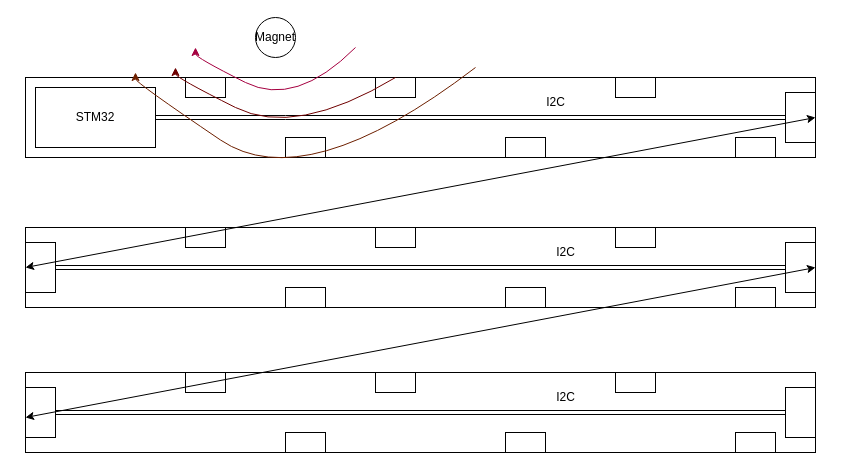
megavad/Diagrams keeps this draw.io diagram as page "Positioning MVP" (2 of 2) of stallboy.drawio. Above is the earlier version. Source tidied: cells renumbered, new cells numbered last; positions are measured from the earlier drawing's top-left corner, leaving out a move shared by most shapes. Both pictures are drawn from the tidied source at 100%, with x=0, y=0 at pixel (25, 17).
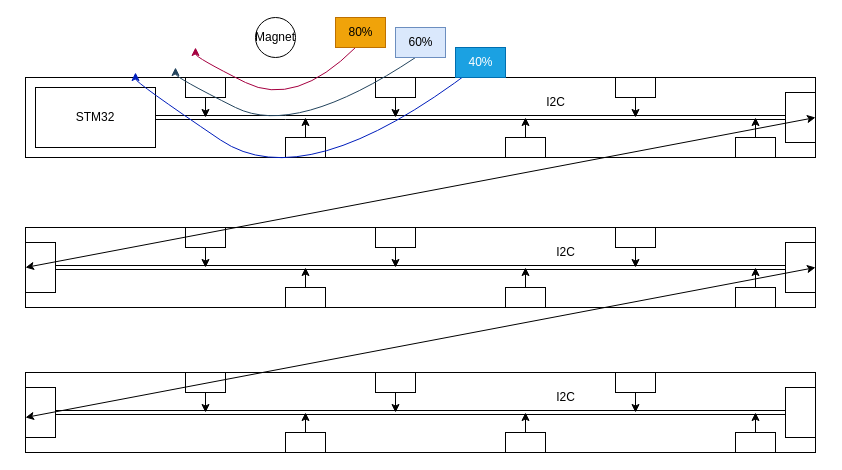
The same diagram, later.

Unchanged cells that the change refers to:
```xml
<mxCell id="4" style="rounded=0;whiteSpace=wrap;html=1;" parent="1" vertex="1">
  <mxGeometry x="160" y="60" width="40" height="20" as="geometry" />
</mxCell>
<mxCell id="5" style="rounded=0;whiteSpace=wrap;html=1;" parent="1" vertex="1">
  <mxGeometry x="260" y="120" width="40" height="20" as="geometry" />
</mxCell>
<mxCell id="6" style="rounded=0;whiteSpace=wrap;html=1;" parent="1" vertex="1">
  <mxGeometry x="350" y="60" width="40" height="20" as="geometry" />
</mxCell>
<mxCell id="7" style="rounded=0;whiteSpace=wrap;html=1;" parent="1" vertex="1">
  <mxGeometry x="480" y="120" width="40" height="20" as="geometry" />
</mxCell>
<mxCell id="8" style="rounded=0;whiteSpace=wrap;html=1;" parent="1" vertex="1">
  <mxGeometry x="590" y="60" width="40" height="20" as="geometry" />
</mxCell>
<mxCell id="9" style="rounded=0;whiteSpace=wrap;html=1;" parent="1" vertex="1">
  <mxGeometry x="710" y="120" width="40" height="20" as="geometry" />
</mxCell>
<mxCell id="13" style="rounded=0;whiteSpace=wrap;html=1;" parent="1" vertex="1">
  <mxGeometry x="160" y="210" width="40" height="20" as="geometry" />
</mxCell>
<mxCell id="14" style="rounded=0;whiteSpace=wrap;html=1;" parent="1" vertex="1">
  <mxGeometry x="260" y="270" width="40" height="20" as="geometry" />
</mxCell>
<mxCell id="15" style="rounded=0;whiteSpace=wrap;html=1;" parent="1" vertex="1">
  <mxGeometry x="350" y="210" width="40" height="20" as="geometry" />
</mxCell>
<mxCell id="16" style="rounded=0;whiteSpace=wrap;html=1;" parent="1" vertex="1">
  <mxGeometry x="480" y="270" width="40" height="20" as="geometry" />
</mxCell>
<mxCell id="17" style="rounded=0;whiteSpace=wrap;html=1;" parent="1" vertex="1">
  <mxGeometry x="590" y="210" width="40" height="20" as="geometry" />
</mxCell>
<mxCell id="18" style="rounded=0;whiteSpace=wrap;html=1;" parent="1" vertex="1">
  <mxGeometry x="710" y="270" width="40" height="20" as="geometry" />
</mxCell>
<mxCell id="30" style="rounded=0;whiteSpace=wrap;html=1;" parent="1" vertex="1">
  <mxGeometry x="160" y="355" width="40" height="20" as="geometry" />
</mxCell>
<mxCell id="31" style="rounded=0;whiteSpace=wrap;html=1;" parent="1" vertex="1">
  <mxGeometry x="260" y="415" width="40" height="20" as="geometry" />
</mxCell>
<mxCell id="32" style="rounded=0;whiteSpace=wrap;html=1;" parent="1" vertex="1">
  <mxGeometry x="350" y="355" width="40" height="20" as="geometry" />
</mxCell>
<mxCell id="33" style="rounded=0;whiteSpace=wrap;html=1;" parent="1" vertex="1">
  <mxGeometry x="480" y="415" width="40" height="20" as="geometry" />
</mxCell>
<mxCell id="34" style="rounded=0;whiteSpace=wrap;html=1;" parent="1" vertex="1">
  <mxGeometry x="590" y="355" width="40" height="20" as="geometry" />
</mxCell>
<mxCell id="35" style="rounded=0;whiteSpace=wrap;html=1;" parent="1" vertex="1">
  <mxGeometry x="710" y="415" width="40" height="20" as="geometry" />
</mxCell>
```

Change to the diagram source:
```diff
@@
+    <mxCell id="41" style="edgeStyle=orthogonalEdgeStyle;rounded=0;jettySize=auto;html=1;" parent="1" edge="1" source="4">
+      <mxGeometry relative="1" as="geometry">
+        <mxPoint x="180" y="100" as="targetPoint" />
+      </mxGeometry>
+    </mxCell>
@@
+    <mxCell id="42" style="edgeStyle=orthogonalEdgeStyle;rounded=0;jettySize=auto;html=1;" parent="1" edge="1" source="5">
+      <mxGeometry relative="1" as="geometry">
+        <mxPoint x="280" y="100" as="targetPoint" />
+      </mxGeometry>
+    </mxCell>
@@
+    <mxCell id="43" style="edgeStyle=orthogonalEdgeStyle;rounded=0;jettySize=auto;html=1;" parent="1" edge="1" source="6">
+      <mxGeometry relative="1" as="geometry">
+        <mxPoint x="370" y="100" as="targetPoint" />
+      </mxGeometry>
+    </mxCell>
@@
+    <mxCell id="44" style="edgeStyle=orthogonalEdgeStyle;rounded=0;jettySize=auto;html=1;" parent="1" edge="1" source="7">
+      <mxGeometry relative="1" as="geometry">
+        <mxPoint x="500" y="100" as="targetPoint" />
+      </mxGeometry>
+    </mxCell>
@@
+    <mxCell id="45" style="edgeStyle=orthogonalEdgeStyle;rounded=0;jettySize=auto;html=1;" parent="1" edge="1" source="8">
+      <mxGeometry relative="1" as="geometry">
+        <mxPoint x="610" y="100" as="targetPoint" />
+      </mxGeometry>
+    </mxCell>
@@
+    <mxCell id="46" style="edgeStyle=orthogonalEdgeStyle;rounded=0;jettySize=auto;html=1;" parent="1" edge="1" source="9">
+      <mxGeometry relative="1" as="geometry">
+        <mxPoint x="730" y="100" as="targetPoint" />
+      </mxGeometry>
+    </mxCell>
@@
+    <mxCell id="47" style="edgeStyle=orthogonalEdgeStyle;rounded=0;jettySize=auto;html=1;" parent="1" edge="1" source="13">
+      <mxGeometry relative="1" as="geometry">
+        <mxPoint x="180" y="250" as="targetPoint" />
+      </mxGeometry>
+    </mxCell>
@@
+    <mxCell id="48" style="edgeStyle=orthogonalEdgeStyle;rounded=0;jettySize=auto;html=1;" parent="1" edge="1" source="14">
+      <mxGeometry relative="1" as="geometry">
+        <mxPoint x="280" y="250" as="targetPoint" />
+      </mxGeometry>
+    </mxCell>
@@
+    <mxCell id="49" style="edgeStyle=orthogonalEdgeStyle;rounded=0;jettySize=auto;html=1;" parent="1" edge="1" source="15">
+      <mxGeometry relative="1" as="geometry">
+        <mxPoint x="370" y="250" as="targetPoint" />
+      </mxGeometry>
+    </mxCell>
@@
+    <mxCell id="50" style="edgeStyle=orthogonalEdgeStyle;rounded=0;jettySize=auto;html=1;" parent="1" edge="1" source="16">
+      <mxGeometry relative="1" as="geometry">
+        <mxPoint x="500" y="250" as="targetPoint" />
+      </mxGeometry>
+    </mxCell>
@@
+    <mxCell id="51" style="edgeStyle=orthogonalEdgeStyle;rounded=0;jettySize=auto;html=1;" parent="1" edge="1" source="17">
+      <mxGeometry relative="1" as="geometry">
+        <mxPoint x="610" y="250" as="targetPoint" />
+      </mxGeometry>
+    </mxCell>
@@
+    <mxCell id="52" style="edgeStyle=orthogonalEdgeStyle;rounded=0;jettySize=auto;html=1;" parent="1" edge="1" source="18">
+      <mxGeometry relative="1" as="geometry">
+        <mxPoint x="730" y="250" as="targetPoint" />
+      </mxGeometry>
+    </mxCell>
@@
-    <mxCell id="24" style="curved=1;endArrow=classic;html=1;rounded=0;fillColor=#a20025;strokeColor=#6F0000;" parent="1" edge="1">
+    <mxCell id="24" style="curved=1;endArrow=classic;html=1;rounded=0;fillColor=#bac8d3;strokeColor=#23445d;" parent="1" edge="1">
       <mxGeometry relative="1" as="geometry">
-        <mxPoint x="370" y="60" as="sourcePoint" />
+        <mxPoint x="390" y="40" as="sourcePoint" />
         <mxPoint x="150" y="50" as="targetPoint" />
         <Array as="points">
           <mxPoint x="270" y="120" />
           <mxPoint x="150" y="60" />
         </Array>
       </mxGeometry>
     </mxCell>
-    <mxCell id="25" style="curved=1;endArrow=classic;html=1;rounded=0;fillColor=#a0522d;strokeColor=#6D1F00;" parent="1" edge="1">
+    <mxCell id="25" style="curved=1;endArrow=classic;html=1;rounded=0;fillColor=#0050ef;strokeColor=#001DBC;" parent="1" edge="1">
       <mxGeometry relative="1" as="geometry">
         <mxPoint x="450" y="50" as="sourcePoint" />
         <mxPoint x="110" y="55" as="targetPoint" />
         <Array as="points">
           <mxPoint x="280" y="180" />
           <mxPoint x="110" y="65" />
         </Array>
       </mxGeometry>
     </mxCell>
@@
+    <mxCell id="53" style="edgeStyle=orthogonalEdgeStyle;rounded=0;jettySize=auto;html=1;" parent="1" edge="1" source="30">
+      <mxGeometry relative="1" as="geometry">
+        <mxPoint x="180" y="395" as="targetPoint" />
+      </mxGeometry>
+    </mxCell>
@@
+    <mxCell id="54" style="edgeStyle=orthogonalEdgeStyle;rounded=0;jettySize=auto;html=1;" parent="1" edge="1" source="31">
+      <mxGeometry relative="1" as="geometry">
+        <mxPoint x="280" y="395" as="targetPoint" />
+      </mxGeometry>
+    </mxCell>
@@
+    <mxCell id="55" style="edgeStyle=orthogonalEdgeStyle;rounded=0;jettySize=auto;html=1;" parent="1" edge="1" source="32">
+      <mxGeometry relative="1" as="geometry">
+        <mxPoint x="370" y="395" as="targetPoint" />
+      </mxGeometry>
+    </mxCell>
@@
+    <mxCell id="56" style="edgeStyle=orthogonalEdgeStyle;rounded=0;jettySize=auto;html=1;" parent="1" edge="1" source="33">
+      <mxGeometry relative="1" as="geometry">
+        <mxPoint x="500" y="395" as="targetPoint" />
+      </mxGeometry>
+    </mxCell>
@@
+    <mxCell id="57" style="edgeStyle=orthogonalEdgeStyle;rounded=0;jettySize=auto;html=1;" parent="1" edge="1" source="34">
+      <mxGeometry relative="1" as="geometry">
+        <mxPoint x="610" y="395" as="targetPoint" />
+      </mxGeometry>
+    </mxCell>
@@
+    <mxCell id="58" style="edgeStyle=orthogonalEdgeStyle;rounded=0;jettySize=auto;html=1;" parent="1" edge="1" source="35">
+      <mxGeometry relative="1" as="geometry">
+        <mxPoint x="730" y="395" as="targetPoint" />
+      </mxGeometry>
+    </mxCell>
@@
+    <mxCell id="59" value="80%" style="text;html=1;align=center;verticalAlign=middle;strokeColor=#BD7000;fillColor=#f0a30a;fontColor=#000000;" parent="1" vertex="1">
+      <mxGeometry x="310" width="50" height="30" as="geometry" />
+    </mxCell>
+    <mxCell id="60" value="60%" style="text;html=1;align=center;verticalAlign=middle;strokeColor=#6c8ebf;fillColor=#dae8fc;" parent="1" vertex="1">
+      <mxGeometry x="370" y="10" width="50" height="30" as="geometry" />
+    </mxCell>
+    <mxCell id="61" value="40%" style="text;html=1;align=center;verticalAlign=middle;strokeColor=#006EAF;fillColor=#1ba1e2;fontColor=#ffffff;" parent="1" vertex="1">
+      <mxGeometry x="430" y="30" width="50" height="30" as="geometry" />
+    </mxCell>
```
